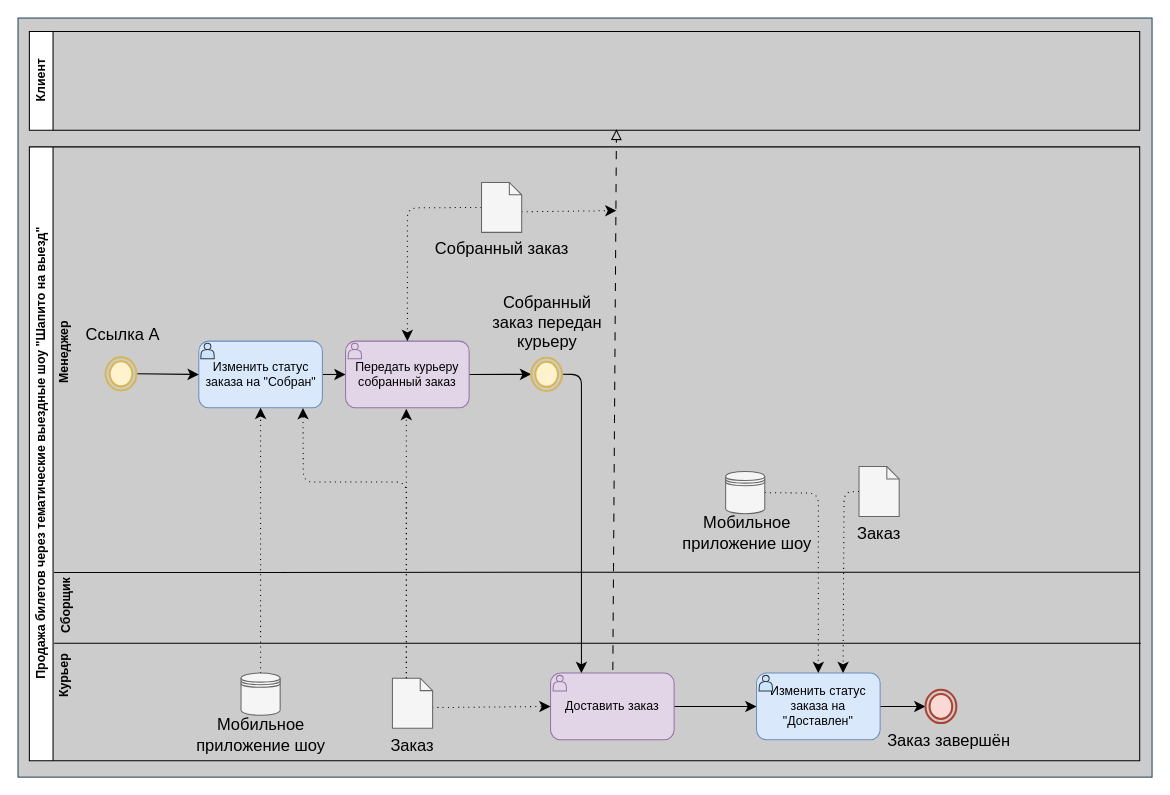
Helpmepleaseitishard/database-design-4-semester keeps this draw.io diagram as page "Page-2" (2 of 3) of Pbd1.drawio. Above is the earlier version. Source tidied: cells renumbered, new cells numbered last; positions are measured from the earlier drawing's top-left corner, leaving out a move shared by most shapes. Both pictures are drawn from the tidied source at 103%, with x=0, y=0 at pixel (-149, 18).
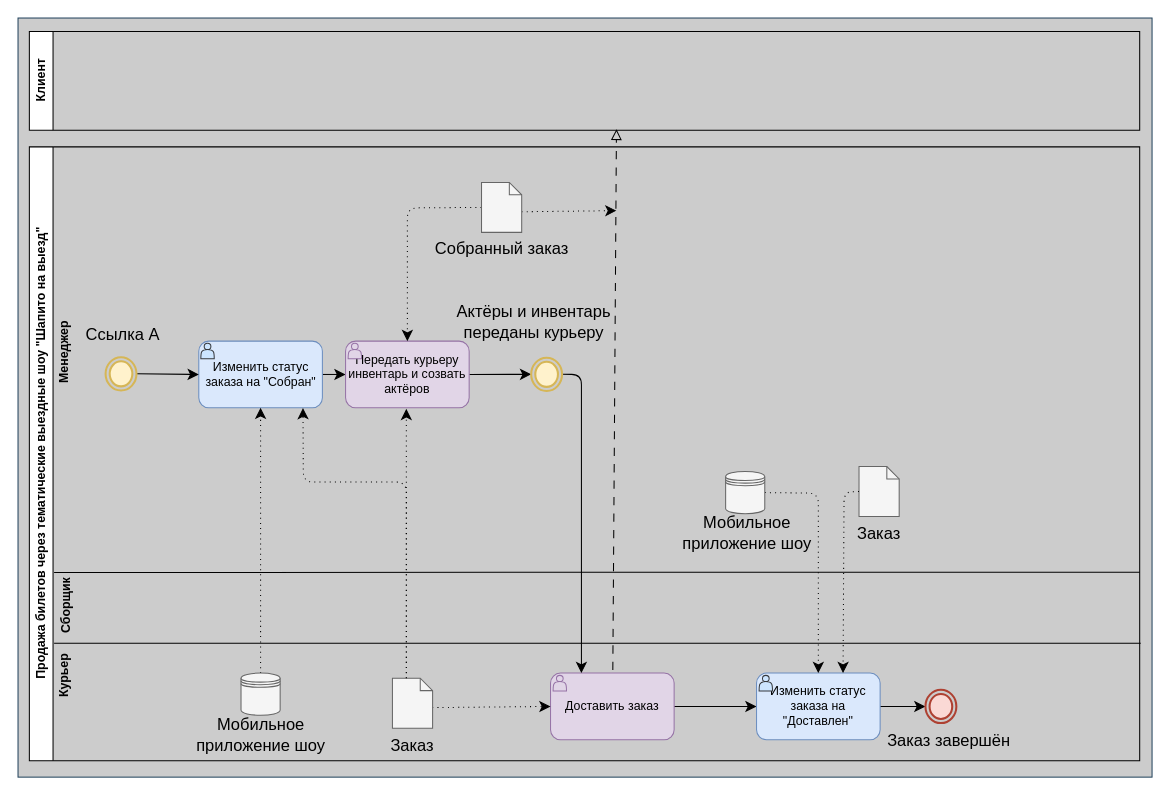
Above is the later version.

The change refers to these unchanged cells:
```xml
<mxCell id="6" value="Продажа билетов через тематические выездные шоу &quot;Шапито на выезд&quot;" style="swimlane;horizontal=0;whiteSpace=wrap;html=1;labelBackgroundColor=default;" parent="5" vertex="1">
  <mxGeometry y="112.1" width="1078" height="595.9" as="geometry" />
</mxCell>
```

The edit, as a diff of the source:
```diff
@@
-    <mxCell id="11" value="Передать курьеру собранный заказ" style="rounded=1;whiteSpace=wrap;html=1;fillColor=#e1d5e7;strokeColor=#9673a6;" parent="6" vertex="1">
+    <mxCell id="11" value="Передать курьеру инвентарь и созвать актёров" style="rounded=1;whiteSpace=wrap;html=1;fillColor=#e1d5e7;strokeColor=#9673a6;" parent="6" vertex="1">
       <mxGeometry x="307" y="188.6" width="120" height="64.7" as="geometry" />
     </mxCell>
@@
-    <mxCell id="45" value="Собранный заказ передан курьеру" style="text;strokeColor=none;fillColor=none;html=1;align=center;verticalAlign=middle;whiteSpace=wrap;rounded=0;fontSize=16;" parent="6" vertex="1">
-      <mxGeometry x="445.5" y="154.1" width="113.5" height="32.3" as="geometry" />
+    <mxCell id="45" value="Актёры и инвентарь переданы курьеру" style="text;strokeColor=none;fillColor=none;html=1;align=center;verticalAlign=middle;whiteSpace=wrap;rounded=0;fontSize=16;" parent="6" vertex="1">
+      <mxGeometry x="412" y="154.1" width="156" height="32.3" as="geometry" />
     </mxCell>
```
